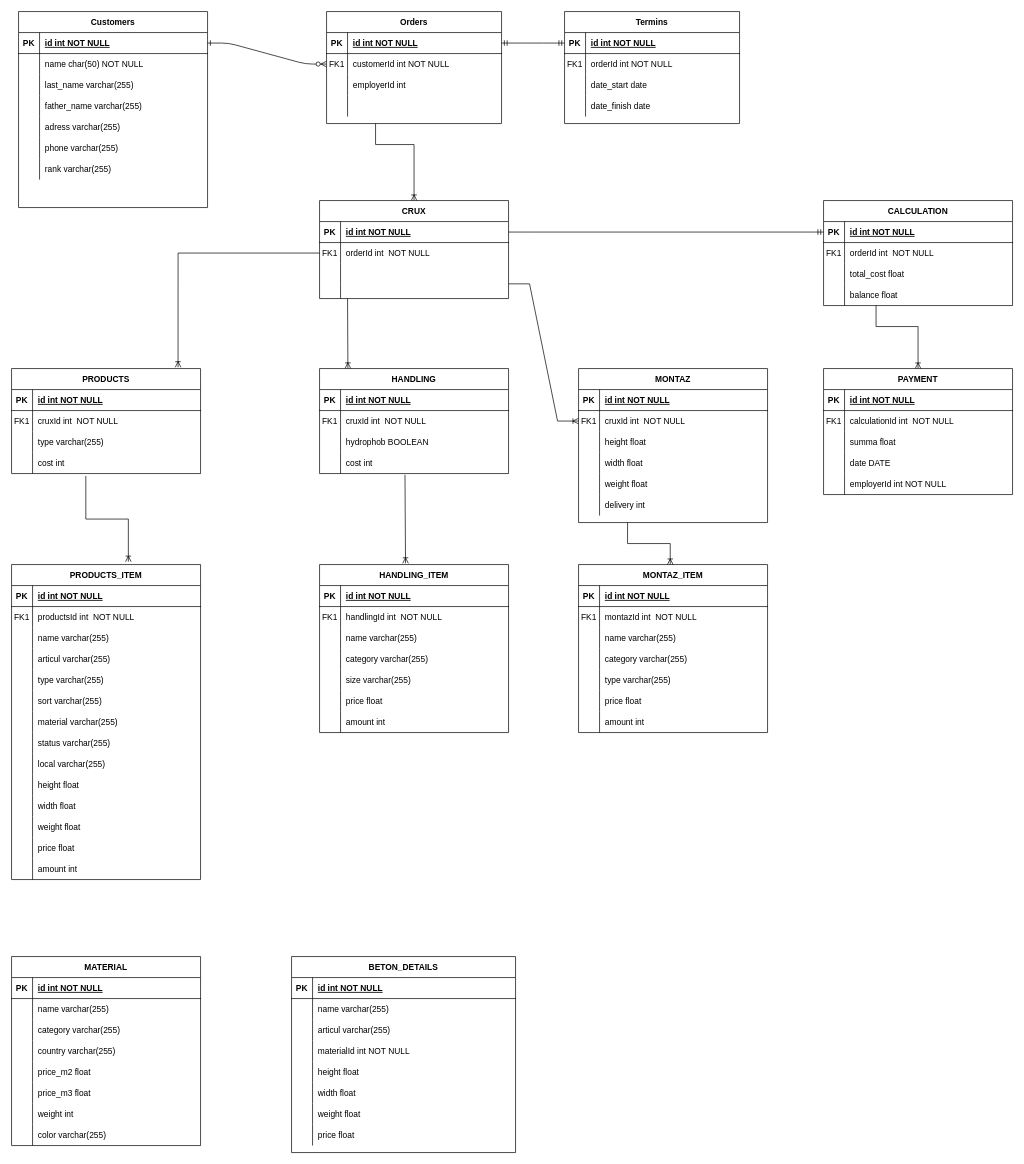
Tirpitztt/Dogs keeps this draw.io diagram as page "Page-1" (1 of 2) of Untitled Diagram.drawio. Above is the earlier version. Source tidied: cells renumbered, new cells numbered last; positions are measured from the earlier drawing's top-left corner, leaving out a move shared by most shapes. Both pictures are drawn from the tidied source at 70%, with x=0, y=0 at pixel (11, 11).
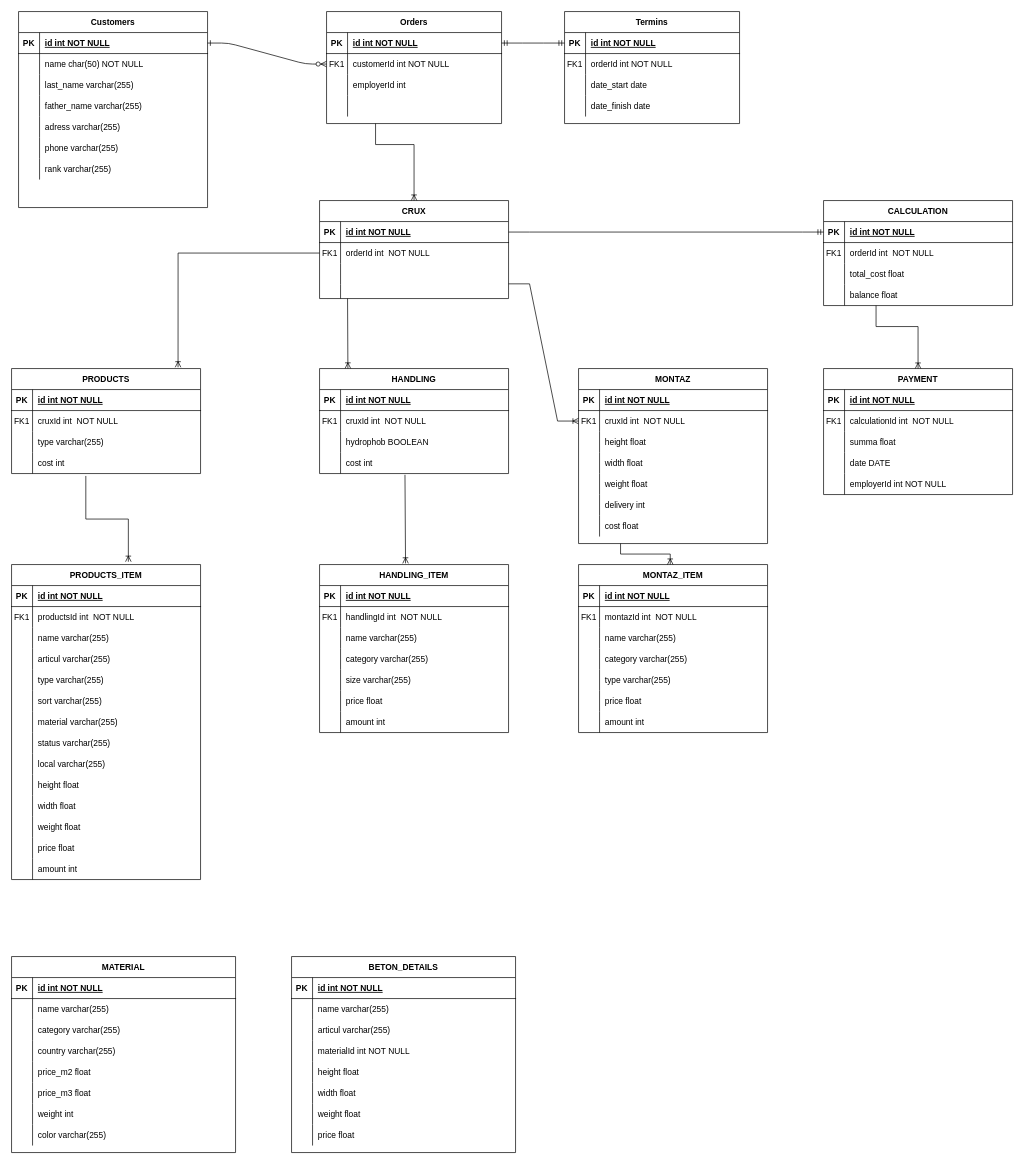
The same diagram, later.

Change to the diagram source:
```diff
@@
     <mxCell id="91" value="MONTAZ" style="shape=table;startSize=30;childLayout=tableLayout;rowLines=0;fontStyle=1;align=center;" parent="1" vertex="1">
-      <mxGeometry x="810" y="510" width="270" height="220" as="geometry" />
+      <mxGeometry x="810" y="510" width="270" height="250" as="geometry" />
     </mxCell>
@@
+    <mxCell id="285" style="shape=partialRectangle;fillColor=none;top=0;left=0;right=0;bottom=0;" parent="91" vertex="1">
+      <mxGeometry y="210" width="270" height="30" as="geometry" />
+    </mxCell>
+    <mxCell id="286" style="shape=partialRectangle;overflow=hidden;fillColor=none;top=0;left=0;bottom=0;right=0;" parent="285" vertex="1">
+      <mxGeometry width="30" height="30" as="geometry" />
+    </mxCell>
+    <mxCell id="287" value="cost float" style="shape=partialRectangle;overflow=hidden;fillColor=none;top=0;left=0;bottom=0;right=0;align=left;spacingLeft=6;" parent="285" vertex="1">
+      <mxGeometry x="30" width="240" height="30" as="geometry" />
+    </mxCell>
@@
     <mxCell id="232" style="edgeStyle=elbowEdgeStyle;fontSize=12;html=1;endArrow=ERoneToMany;rounded=0;elbow=vertical;" parent="1" edge="1">
       <mxGeometry relative="1" as="geometry">
-        <mxPoint x="880" y="730" as="sourcePoint" />
+        <mxPoint x="870" y="760" as="sourcePoint" />
         <mxPoint x="941" y="790" as="targetPoint" />
       </mxGeometry>
     </mxCell>
@@
     <mxCell id="235" value="MATERIAL" style="shape=table;startSize=30;childLayout=tableLayout;rowLines=0;fontStyle=1;align=center;" parent="1" vertex="1">
-      <mxGeometry y="1350" width="270" height="270" as="geometry" />
+      <mxGeometry y="1350" width="320" height="280" as="geometry" />
     </mxCell>
     <mxCell id="236" style="shape=partialRectangle;fillColor=none;top=0;left=0;right=0;bottom=1;" parent="235" vertex="1">
-      <mxGeometry y="30" width="270" height="30" as="geometry" />
+      <mxGeometry y="30" width="320" height="30" as="geometry" />
     </mxCell>
@@
     <mxCell id="238" value="id int NOT NULL " style="shape=partialRectangle;overflow=hidden;fillColor=none;top=0;left=0;bottom=0;right=0;align=left;spacingLeft=6;fontStyle=5;" parent="236" vertex="1">
-      <mxGeometry x="30" width="240" height="30" as="geometry" />
+      <mxGeometry x="30" width="290" height="30" as="geometry" />
     </mxCell>
     <mxCell id="239" style="shape=partialRectangle;fillColor=none;top=0;left=0;right=0;bottom=0;" parent="235" vertex="1">
-      <mxGeometry y="60" width="270" height="30" as="geometry" />
+      <mxGeometry y="60" width="320" height="30" as="geometry" />
     </mxCell>
@@
     <mxCell id="241" value="name varchar(255)" style="shape=partialRectangle;overflow=hidden;fillColor=none;top=0;left=0;bottom=0;right=0;align=left;spacingLeft=6;" parent="239" vertex="1">
-      <mxGeometry x="30" width="240" height="30" as="geometry" />
+      <mxGeometry x="30" width="290" height="30" as="geometry" />
     </mxCell>
     <mxCell id="242" style="shape=partialRectangle;fillColor=none;top=0;left=0;right=0;bottom=0;" parent="235" vertex="1">
-      <mxGeometry y="90" width="270" height="30" as="geometry" />
+      <mxGeometry y="90" width="320" height="30" as="geometry" />
     </mxCell>
@@
     <mxCell id="244" value="category varchar(255)" style="shape=partialRectangle;overflow=hidden;fillColor=none;top=0;left=0;bottom=0;right=0;align=left;spacingLeft=6;" parent="242" vertex="1">
-      <mxGeometry x="30" width="240" height="30" as="geometry" />
+      <mxGeometry x="30" width="290" height="30" as="geometry" />
     </mxCell>
     <mxCell id="245" style="shape=partialRectangle;fillColor=none;top=0;left=0;right=0;bottom=0;" parent="235" vertex="1">
-      <mxGeometry y="120" width="270" height="30" as="geometry" />
+      <mxGeometry y="120" width="320" height="30" as="geometry" />
     </mxCell>
@@
     <mxCell id="247" value="country varchar(255)" style="shape=partialRectangle;overflow=hidden;fillColor=none;top=0;left=0;bottom=0;right=0;align=left;spacingLeft=6;" parent="245" vertex="1">
-      <mxGeometry x="30" width="240" height="30" as="geometry" />
+      <mxGeometry x="30" width="290" height="30" as="geometry" />
     </mxCell>
     <mxCell id="248" style="shape=partialRectangle;fillColor=none;top=0;left=0;right=0;bottom=0;" parent="235" vertex="1">
-      <mxGeometry y="150" width="270" height="30" as="geometry" />
+      <mxGeometry y="150" width="320" height="30" as="geometry" />
     </mxCell>
@@
     <mxCell id="250" value="price_m2 float" style="shape=partialRectangle;overflow=hidden;fillColor=none;top=0;left=0;bottom=0;right=0;align=left;spacingLeft=6;" parent="248" vertex="1">
-      <mxGeometry x="30" width="240" height="30" as="geometry" />
+      <mxGeometry x="30" width="290" height="30" as="geometry" />
     </mxCell>
     <mxCell id="251" style="shape=partialRectangle;fillColor=none;top=0;left=0;right=0;bottom=0;" parent="235" vertex="1">
-      <mxGeometry y="180" width="270" height="30" as="geometry" />
+      <mxGeometry y="180" width="320" height="30" as="geometry" />
     </mxCell>
@@
     <mxCell id="253" value="price_m3 float" style="shape=partialRectangle;overflow=hidden;fillColor=none;top=0;left=0;bottom=0;right=0;align=left;spacingLeft=6;" parent="251" vertex="1">
-      <mxGeometry x="30" width="240" height="30" as="geometry" />
+      <mxGeometry x="30" width="290" height="30" as="geometry" />
     </mxCell>
     <mxCell id="254" style="shape=partialRectangle;fillColor=none;top=0;left=0;right=0;bottom=0;" parent="235" vertex="1">
-      <mxGeometry y="210" width="270" height="30" as="geometry" />
+      <mxGeometry y="210" width="320" height="30" as="geometry" />
     </mxCell>
@@
     <mxCell id="256" value="weight int" style="shape=partialRectangle;overflow=hidden;fillColor=none;top=0;left=0;bottom=0;right=0;align=left;spacingLeft=6;" parent="254" vertex="1">
-      <mxGeometry x="30" width="240" height="30" as="geometry" />
+      <mxGeometry x="30" width="290" height="30" as="geometry" />
     </mxCell>
     <mxCell id="257" style="shape=partialRectangle;fillColor=none;top=0;left=0;right=0;bottom=0;" parent="235" vertex="1">
-      <mxGeometry y="240" width="270" height="30" as="geometry" />
+      <mxGeometry y="240" width="320" height="30" as="geometry" />
     </mxCell>
@@
     <mxCell id="259" value="color varchar(255)" style="shape=partialRectangle;overflow=hidden;fillColor=none;top=0;left=0;bottom=0;right=0;align=left;spacingLeft=6;" parent="257" vertex="1">
-      <mxGeometry x="30" width="240" height="30" as="geometry" />
+      <mxGeometry x="30" width="290" height="30" as="geometry" />
     </mxCell>
```
